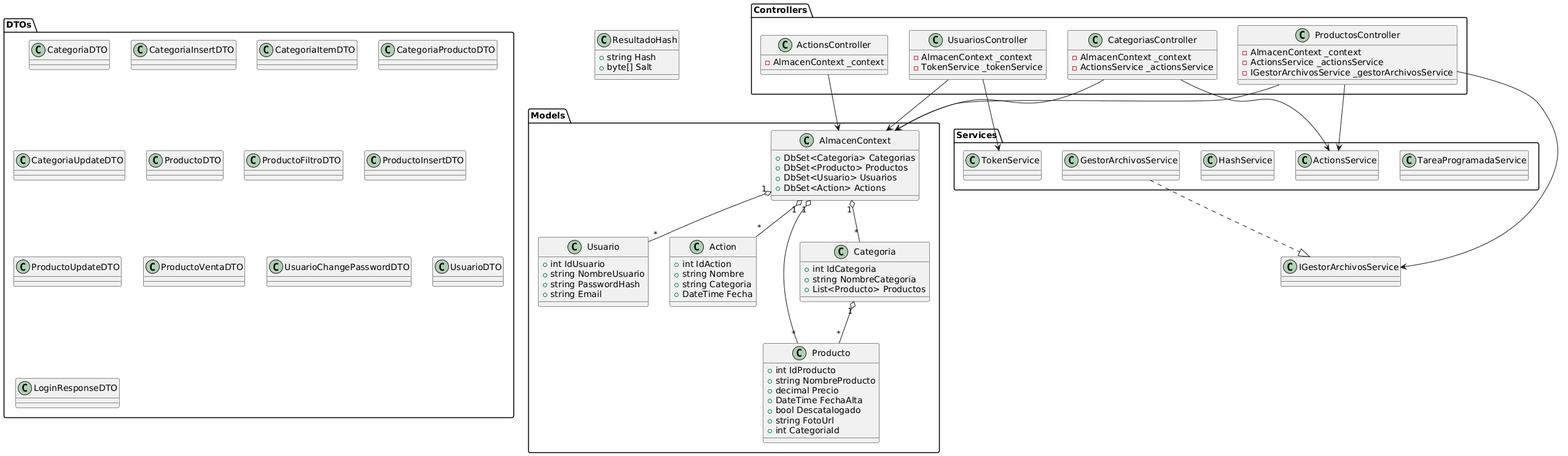
moraisLuismNet/Almacen keeps this PlantUML diagram as img/UML.png. Above is the earlier version.
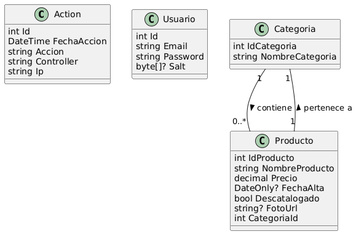
The same file after the commit.

What changed in the source:
```diff
@@ -1,105 +1,36 @@
 @startuml
-package Models {
-  class Categoria {
-    +int IdCategoria
-    +string NombreCategoria
-    +List<Producto> Productos
-  }
-  class Producto {
-    +int IdProducto
-    +string NombreProducto
-    +decimal Precio
-    +DateTime FechaAlta
-    +bool Descatalogado
-    +string FotoUrl
-    +int CategoriaId
-  }
-  class Usuario {
-    +int IdUsuario
-    +string NombreUsuario
-    +string PasswordHash
-    +string Email
-  }
-  class Action {
-    +int IdAction
-    +string Nombre
-    +string Categoria
-    +DateTime Fecha
-  }
-  class AlmacenContext {
-    +DbSet<Categoria> Categorias
-    +DbSet<Producto> Productos
-    +DbSet<Usuario> Usuarios
-    +DbSet<Action> Actions
-  }
+
+class Action {
+    int Id
+    DateTime FechaAccion
+    string Accion
+    string Controller
+    string Ip
 }
 
-package DTOs {
-  class CategoriaDTO
-  class CategoriaInsertDTO
-  class CategoriaItemDTO
-  class CategoriaProductoDTO
-  class CategoriaUpdateDTO
-  class ProductoDTO
-  class ProductoFiltroDTO
-  class ProductoInsertDTO
-  class ProductoUpdateDTO
-  class ProductoVentaDTO
-  class UsuarioChangePasswordDTO
-  class UsuarioDTO
-  class LoginResponseDTO
+class Usuario {
+    int Id
+    string Email
+    string Password
+    byte[]? Salt
 }
 
-package Controllers {
-  class CategoriasController {
-    -AlmacenContext _context
-    -ActionsService _actionsService
-  }
-  class ProductosController {
-    -AlmacenContext _context
-    -ActionsService _actionsService
-    -IGestorArchivosService _gestorArchivosService
-  }
-  class UsuariosController {
-    -AlmacenContext _context
-    -TokenService _tokenService
-  }
-  class ActionsController {
-    -AlmacenContext _context
-  }
+class Categoria {
+    int IdCategoria
+    string NombreCategoria
 }
 
-package Services {
-  class ActionsService
-  class GestorArchivosService
-  class HashService
-  class TokenService
-  class TareaProgramadaService
+class Producto {
+    int IdProducto
+    string NombreProducto
+    decimal Precio
+    DateOnly? FechaAlta
+    bool Descatalogado
+    string? FotoUrl
+    int CategoriaId
 }
 
-class ResultadoHash {
-  +string Hash
-  +byte[] Salt
-}
 
-CategoriasController --> AlmacenContext
-CategoriasController --> ActionsService
-
-ProductosController --> AlmacenContext
-ProductosController --> ActionsService
-ProductosController --> IGestorArchivosService
-
-UsuariosController --> AlmacenContext
-UsuariosController --> TokenService
-
-ActionsController --> AlmacenContext
-
-AlmacenContext "1" o-- "*" Categoria
-AlmacenContext "1" o-- "*" Producto
-AlmacenContext "1" o-- "*" Usuario
-AlmacenContext "1" o-- "*" Action
-
-Categoria "1" o-- "*" Producto
-
-GestorArchivosService ..|> IGestorArchivosService
+Categoria "1" -- "0..*" Producto : contiene >
+Producto "1" -- "1" Categoria : pertenece a >
 @enduml
```
